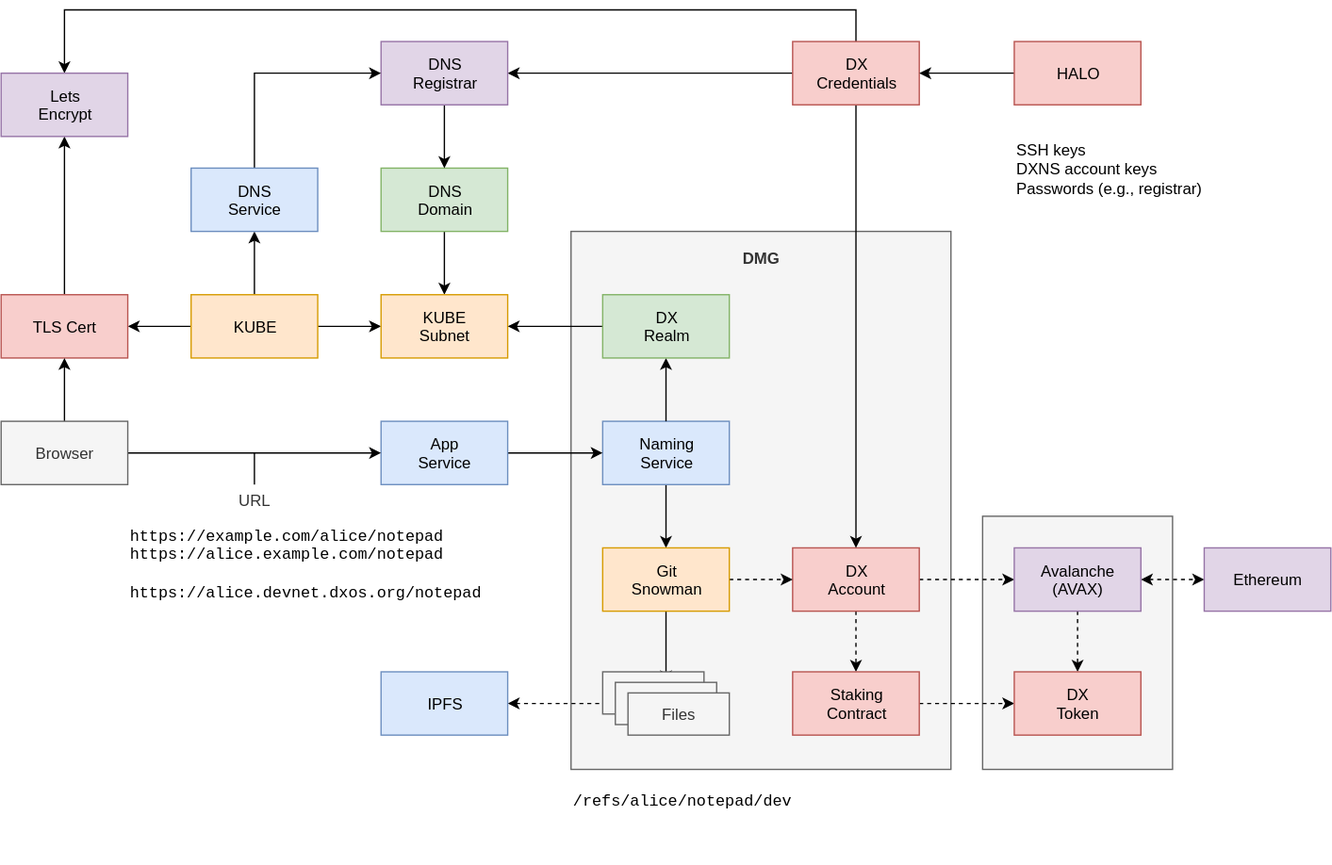
dxos/dxos keeps this draw.io diagram as docs/design/diagrams/meta-graph-schematic.drawio.svg. Above is the earlier version. Source tidied: cells renumbered, new cells last; positions are measured from the earlier drawing's top-left corner, leaving out a move shared by most shapes.
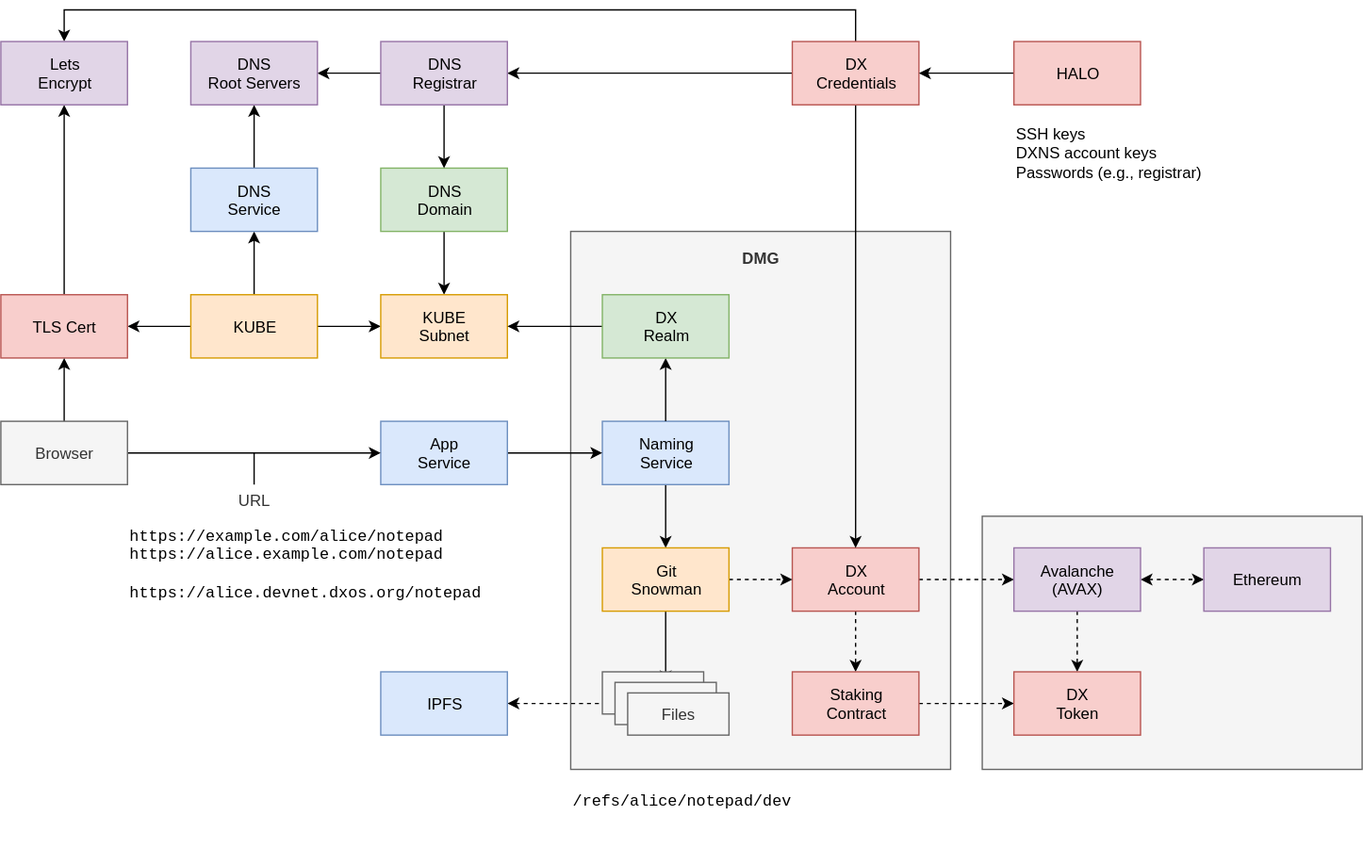
The same file after the commit.

Diff of the diagram source:
```diff
@@ -3,7 +3,7 @@
     <mxCell id="0" />
     <mxCell id="1" parent="0" />
     <mxCell id="2" style="rounded=0;whiteSpace=wrap;html=1;fillColor=#f5f5f5;strokeColor=#666666;fontColor=#333333;verticalAlign=top;fontStyle=1;spacingTop=6;" parent="1" vertex="1">
-      <mxGeometry x="744" y="384" width="144" height="192" as="geometry" />
+      <mxGeometry x="744" y="384" width="288" height="192" as="geometry" />
     </mxCell>
     <mxCell id="3" value="DMG" style="rounded=0;whiteSpace=wrap;html=1;fillColor=#f5f5f5;strokeColor=#666666;fontColor=#333333;verticalAlign=top;fontStyle=1;spacingTop=6;" parent="1" vertex="1">
       <mxGeometry x="432" y="168" width="288" height="408" as="geometry" />
@@ -47,11 +47,14 @@
       <mxGeometry x="600" y="24" width="96" height="48" as="geometry" />
     </mxCell>
     <mxCell id="15" value="SSH keys&lt;br&gt;DXNS account keys&lt;br&gt;Passwords (e.g., registrar)" style="rounded=0;whiteSpace=wrap;html=1;fillColor=none;strokeColor=none;align=left;verticalAlign=middle;" parent="1" vertex="1">
-      <mxGeometry x="768" y="96" width="144" height="48" as="geometry" />
+      <mxGeometry x="768" y="84" width="144" height="48" as="geometry" />
     </mxCell>
     <mxCell id="16" style="edgeStyle=orthogonalEdgeStyle;rounded=0;jettySize=auto;html=1;exitX=0.5;exitY=1;exitDx=0;exitDy=0;" parent="1" edge="1" source="17" target="7">
       <mxGeometry relative="1" as="geometry" />
     </mxCell>
+    <mxCell id="59" style="edgeStyle=orthogonalEdgeStyle;rounded=0;jettySize=auto;html=1;exitX=0;exitY=0.5;exitDx=0;exitDy=0;" parent="1" edge="1" source="17" target="61">
+      <mxGeometry relative="1" as="geometry" />
+    </mxCell>
     <mxCell id="17" value="DNS&lt;br&gt;Registrar" style="rounded=0;whiteSpace=wrap;html=1;fillColor=#e1d5e7;strokeColor=#9673a6;" parent="1" vertex="1">
       <mxGeometry x="288" y="24" width="96" height="48" as="geometry" />
     </mxCell>
@@ -67,13 +70,9 @@
     <mxCell id="21" value="KUBE" style="rounded=0;whiteSpace=wrap;html=1;fillColor=#ffe6cc;strokeColor=#d79b00;" parent="1" vertex="1">
       <mxGeometry x="144" y="216" width="96" height="48" as="geometry" />
     </mxCell>
-    <mxCell id="22" style="edgeStyle=orthogonalEdgeStyle;rounded=0;jettySize=auto;html=1;exitX=0.5;exitY=0;exitDx=0;exitDy=0;fontFamily=Courier New;" parent="1" edge="1" source="23" target="17">
-      <mxGeometry relative="1" as="geometry">
-        <Array as="points">
-          <mxPoint x="192" y="48" />
-        </Array>
-      </mxGeometry>
-    </mxCell>
+    <mxCell id="60" style="edgeStyle=orthogonalEdgeStyle;rounded=0;jettySize=auto;html=1;exitX=0.5;exitY=0;exitDx=0;exitDy=0;" parent="1" edge="1" source="23" target="61">
+      <mxGeometry relative="1" as="geometry" />
+    </mxCell>
     <mxCell id="23" value="DNS&lt;br&gt;Service" style="rounded=0;whiteSpace=wrap;html=1;fillColor=#dae8fc;strokeColor=#6c8ebf;" parent="1" vertex="1">
       <mxGeometry x="144" y="120" width="96" height="48" as="geometry" />
     </mxCell>
@@ -87,7 +86,7 @@
       <mxGeometry y="216" width="96" height="48" as="geometry" />
     </mxCell>
     <mxCell id="27" value="Lets&lt;br&gt;Encrypt" style="rounded=0;whiteSpace=wrap;html=1;fillColor=#e1d5e7;strokeColor=#9673a6;" parent="1" vertex="1">
-      <mxGeometry y="48" width="96" height="48" as="geometry" />
+      <mxGeometry y="24" width="96" height="48" as="geometry" />
     </mxCell>
     <mxCell id="28" value="/refs/alice/notepad/dev" style="rounded=0;whiteSpace=wrap;html=1;fillColor=none;strokeColor=none;align=left;verticalAlign=middle;fontFamily=Courier New;fontStyle=0;" parent="1" vertex="1">
       <mxGeometry x="432" y="576" width="192" height="48" as="geometry" />
@@ -184,5 +183,8 @@
     <mxCell id="58" value="URL" style="rounded=0;whiteSpace=wrap;html=1;fillColor=none;strokeColor=none;fontColor=#333333;" parent="1" vertex="1">
       <mxGeometry x="168" y="360" width="48" height="24" as="geometry" />
     </mxCell>
+    <mxCell id="61" value="DNS&lt;br&gt;Root Servers" style="rounded=0;whiteSpace=wrap;html=1;fillColor=#e1d5e7;strokeColor=#9673a6;" parent="1" vertex="1">
+      <mxGeometry x="144" y="24" width="96" height="48" as="geometry" />
+    </mxCell>
   </root>
 </mxGraphModel>
```
